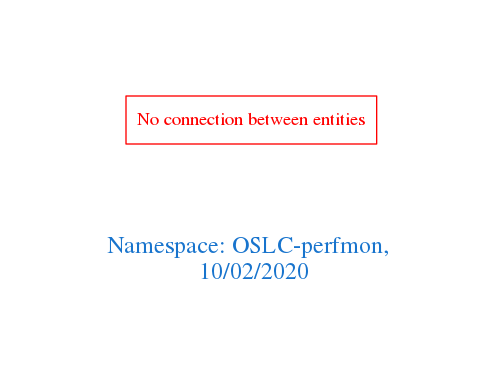
The Graphviz diagram downloads/OSLC-perfmon.png in arago/OGIT, before a commit. Its source is kept beside it as downloads/OSLC-perfmon.dot.
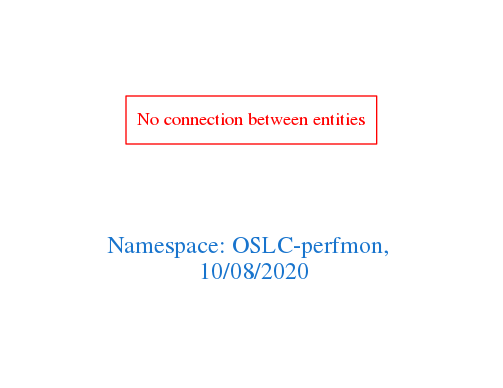
The same file after the commit.

The edit, as a diff of the source:
```diff
@@ -1,7 +1,7 @@
 digraph OGIT_ontology {
  graph [ rankdir= LR,pad=1
 fontsize = 18,
-fontcolor= dodgerblue3,label = "\n\n\nNamespace: OSLC-perfmon, \n 10/02/2020"];
+fontcolor= dodgerblue3,label = "\n\n\nNamespace: OSLC-perfmon, \n 10/08/2020"];
 node[shape=polygon];
 edge [  color="gray81"];
 
```
